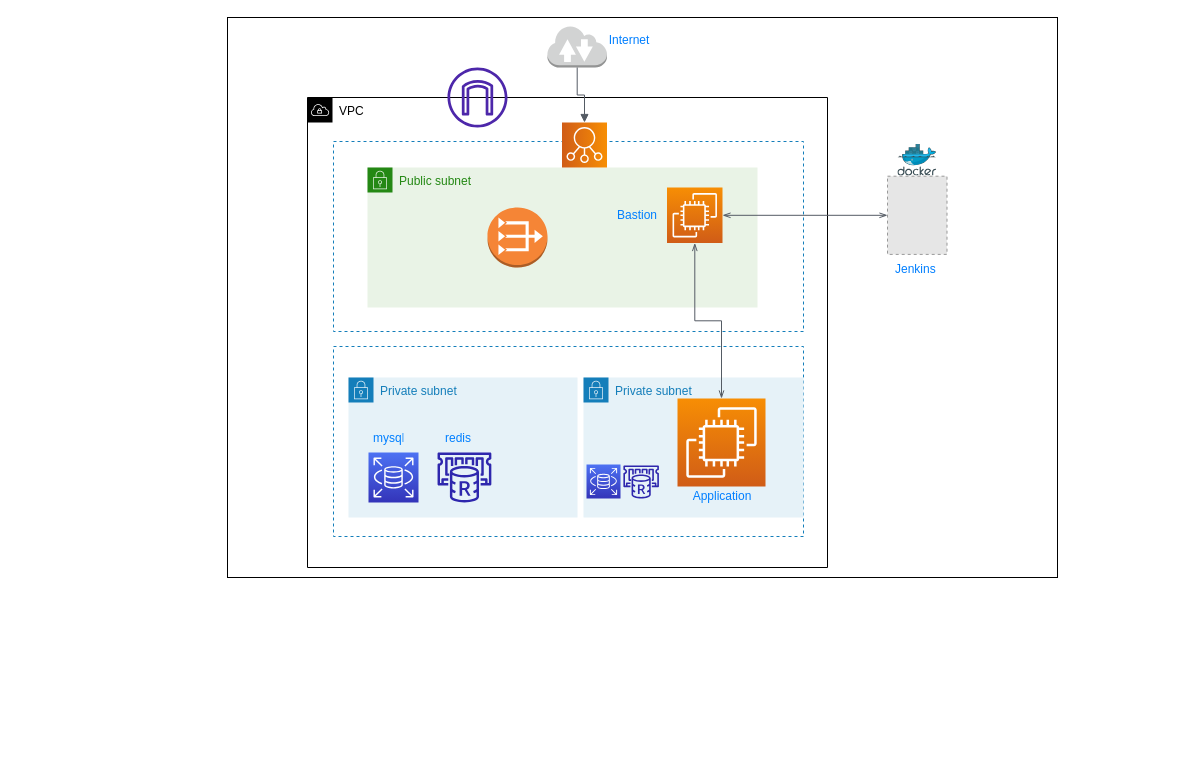
Abrar-2510/AWS-Terraform-Jenkins keeps this draw.io diagram as draw.drawio. Above is the earlier version. Source tidied: cells renumbered, new cells numbered last; positions are measured from the earlier drawing's top-left corner, leaving out a move shared by most shapes. Both pictures are drawn from the tidied source at 100%, with x=0, y=0 at pixel (227, 17). Pictures stored in the file or linked from it are replaced by grey dashed boxes.
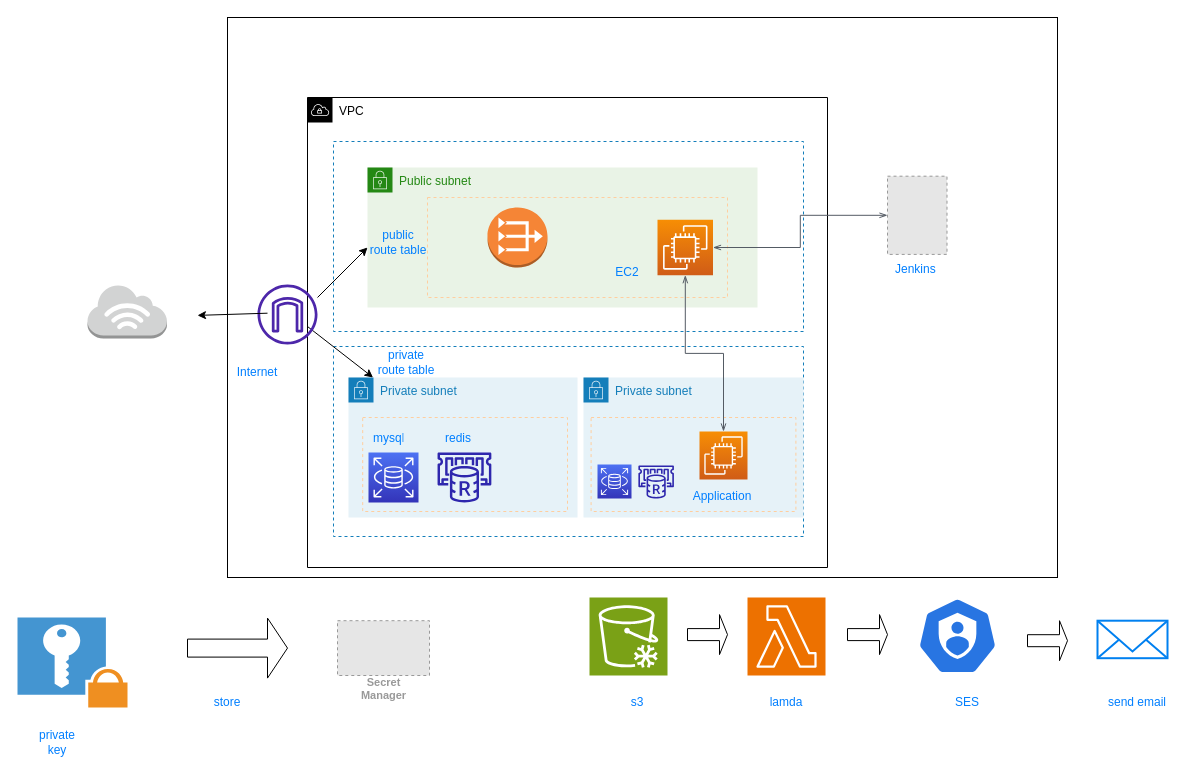
The same diagram, later.

The change refers to these unchanged cells:
```xml
<mxCell id="3" value="VPC" style="html=1;whiteSpace=wrap;fontSize=12;fontStyle=0;shape=mxgraph.aws4.group;grIcon=mxgraph.aws4.group_vpc;verticalAlign=top;align=left;spacingLeft=30;dashed=0;" parent="1" vertex="1">
  <mxGeometry x="80" y="80" width="520" height="470" as="geometry" />
</mxCell>
<mxCell id="6" value="Private subnet" style="gradientColor=none;html=1;whiteSpace=wrap;fontSize=12;fontStyle=0;shape=mxgraph.aws4.group;grIcon=mxgraph.aws4.group_security_group;grStroke=0;strokeColor=#147EBA;fillColor=#E6F2F8;verticalAlign=top;align=left;spacingLeft=30;fontColor=#147EBA;dashed=0;" parent="3" vertex="1">
  <mxGeometry x="276" y="280" width="220" height="140" as="geometry" />
</mxCell>
<mxCell id="7" value="Public subnet" style="gradientColor=none;html=1;whiteSpace=wrap;fontSize=12;fontStyle=0;shape=mxgraph.aws4.group;grIcon=mxgraph.aws4.group_security_group;grStroke=0;strokeColor=#248814;fillColor=#E9F3E6;verticalAlign=top;align=left;spacingLeft=30;fontColor=#248814;dashed=0;" parent="3" vertex="1">
  <mxGeometry x="60" y="70" width="390" height="140" as="geometry" />
</mxCell>
<mxCell id="9" value="Private subnet" style="points=[[0,0],[0.25,0],[0.5,0],[0.75,0],[1,0],[1,0.25],[1,0.5],[1,0.75],[1,1],[0.75,1],[0.5,1],[0.25,1],[0,1],[0,0.75],[0,0.5],[0,0.25]];outlineConnect=0;gradientColor=none;html=1;whiteSpace=wrap;fontSize=12;fontStyle=0;shape=mxgraph.aws4.group;grIcon=mxgraph.aws4.group_security_group;grStroke=0;strokeColor=#147EBA;fillColor=#E6F2F8;verticalAlign=top;align=left;spacingLeft=30;fontColor=#147EBA;dashed=0;" parent="3" vertex="1">
  <mxGeometry x="41" y="280" width="229" height="140" as="geometry" />
</mxCell>
<mxCell id="22" style="fillColor=#E6E6E6;strokeColor=#999999;dashed=1;verticalLabelPosition=bottom;verticalAlign=top;fontColor=#007FFF;" parent="1" vertex="1">
  <mxGeometry x="660" y="158.7" width="59.5" height="78.2" as="geometry" />
</mxCell>
```

The edit, as a diff of the source:
```diff
@@
-    <mxCell id="5" style="fillColor=none;strokeColor=#147EBA;dashed=1;verticalAlign=top;fontStyle=0;fontColor=#147EBA;" parent="3" vertex="1">
+    <mxCell id="5" style="fillColor=none;strokeColor=#147EBA;dashed=1;verticalAlign=top;fontStyle=0;fontColor=#147EBA;rounded=0;" parent="3" vertex="1">
       <mxGeometry x="26" y="249" width="470" height="190" as="geometry" />
     </mxCell>
@@
+    <mxCell id="30" style="fillColor=none;strokeColor=#FFCE9F;dashed=1;verticalAlign=top;fontStyle=0;fontColor=#147EBA;" parent="6" vertex="1">
+      <mxGeometry x="7.6" y="40" width="204.8" height="94" as="geometry" />
+    </mxCell>
+    <mxCell id="20" style="sketch=0;points=[[0,0,0],[0.25,0,0],[0.5,0,0],[0.75,0,0],[1,0,0],[0,1,0],[0.25,1,0],[0.5,1,0],[0.75,1,0],[1,1,0],[0,0.25,0],[0,0.5,0],[0,0.75,0],[1,0.25,0],[1,0.5,0],[1,0.75,0]];outlineConnect=0;fontColor=#232F3E;gradientColor=#F78E04;gradientDirection=north;fillColor=#D05C17;strokeColor=#ffffff;dashed=0;verticalLabelPosition=bottom;verticalAlign=top;align=center;html=1;fontSize=12;fontStyle=0;shape=mxgraph.aws4.resourceIcon;resIcon=mxgraph.aws4.ec2;" parent="6" vertex="1">
+      <mxGeometry x="116" y="54" width="48" height="48" as="geometry" />
+    </mxCell>
+    <mxCell id="19" style="sketch=0;fontColor=#232F3E;gradientColor=none;fillColor=#2E27AD;strokeColor=none;dashed=0;verticalLabelPosition=bottom;verticalAlign=top;align=center;html=1;fontSize=12;fontStyle=0;shape=mxgraph.aws4.elasticache_for_redis;" parent="6" vertex="1">
+      <mxGeometry x="54" y="88" width="37.3" height="33" as="geometry" />
+    </mxCell>
+    <mxCell id="18" style="sketch=0;fontColor=#232F3E;gradientColor=#4D72F3;gradientDirection=north;fillColor=#3334B9;strokeColor=#ffffff;dashed=0;verticalLabelPosition=bottom;verticalAlign=top;align=center;html=1;fontSize=12;fontStyle=0;shape=mxgraph.aws4.resourceIcon;resIcon=mxgraph.aws4.rds;" parent="6" vertex="1">
+      <mxGeometry x="14" y="87" width="34" height="34" as="geometry" />
+    </mxCell>
@@
+    <mxCell id="31" style="fillColor=none;strokeColor=#FFCE9F;dashed=1;verticalAlign=top;fontStyle=0;fontColor=#147EBA;" parent="7" vertex="1">
+      <mxGeometry x="60" y="30" width="300" height="100" as="geometry" />
+    </mxCell>
+    <mxCell id="17" value="&lt;font color=&quot;#007fff&quot;&gt;EC2&lt;/font&gt;" style="text;html=1;strokeColor=none;fillColor=none;align=center;verticalAlign=middle;whiteSpace=wrap;rounded=0;" parent="7" vertex="1">
+      <mxGeometry x="230" y="90" width="60" height="30" as="geometry" />
+    </mxCell>
+    <mxCell id="16" style="sketch=0;points=[[0,0,0],[0.25,0,0],[0.5,0,0],[0.75,0,0],[1,0,0],[0,1,0],[0.25,1,0],[0.5,1,0],[0.75,1,0],[1,1,0],[0,0.25,0],[0,0.5,0],[0,0.75,0],[1,0.25,0],[1,0.5,0],[1,0.75,0]];outlineConnect=0;fontColor=#232F3E;gradientColor=#F78E04;gradientDirection=north;fillColor=#D05C17;strokeColor=#ffffff;dashed=0;verticalLabelPosition=bottom;verticalAlign=top;align=center;html=1;fontSize=12;fontStyle=0;shape=mxgraph.aws4.resourceIcon;resIcon=mxgraph.aws4.ec2;" parent="7" vertex="1">
+      <mxGeometry x="290" y="52.2" width="55.5" height="55.5" as="geometry" />
+    </mxCell>
@@
-    <mxCell id="10" style="sketch=0;points=[[0,0,0],[0.25,0,0],[0.5,0,0],[0.75,0,0],[1,0,0],[0,1,0],[0.25,1,0],[0.5,1,0],[0.75,1,0],[1,1,0],[0,0.25,0],[0,0.5,0],[0,0.75,0],[1,0.25,0],[1,0.5,0],[1,0.75,0]];outlineConnect=0;fontColor=#232F3E;gradientColor=#F78E04;gradientDirection=north;fillColor=#D05C17;strokeColor=#ffffff;dashed=0;verticalLabelPosition=bottom;verticalAlign=top;align=center;html=1;fontSize=12;fontStyle=0;shape=mxgraph.aws4.resourceIcon;resIcon=mxgraph.aws4.elastic_load_balancing;rotation=90;" parent="3" vertex="1">
-      <mxGeometry x="254.5" y="25" width="45" height="45" as="geometry" />
-    </mxCell>
@@
-    <mxCell id="16" style="sketch=0;points=[[0,0,0],[0.25,0,0],[0.5,0,0],[0.75,0,0],[1,0,0],[0,1,0],[0.25,1,0],[0.5,1,0],[0.75,1,0],[1,1,0],[0,0.25,0],[0,0.5,0],[0,0.75,0],[1,0.25,0],[1,0.5,0],[1,0.75,0]];outlineConnect=0;fontColor=#232F3E;gradientColor=#F78E04;gradientDirection=north;fillColor=#D05C17;strokeColor=#ffffff;dashed=0;verticalLabelPosition=bottom;verticalAlign=top;align=center;html=1;fontSize=12;fontStyle=0;shape=mxgraph.aws4.resourceIcon;resIcon=mxgraph.aws4.ec2;" parent="3" vertex="1">
-      <mxGeometry x="359.5" y="90" width="55.5" height="55.5" as="geometry" />
-    </mxCell>
-    <mxCell id="17" value="&lt;font color=&quot;#007fff&quot;&gt;Bastion&lt;/font&gt;" style="text;html=1;strokeColor=none;fillColor=none;align=center;verticalAlign=middle;whiteSpace=wrap;rounded=0;" parent="3" vertex="1">
-      <mxGeometry x="299.5" y="102.8" width="60" height="30" as="geometry" />
-    </mxCell>
-    <mxCell id="18" style="sketch=0;fontColor=#232F3E;gradientColor=#4D72F3;gradientDirection=north;fillColor=#3334B9;strokeColor=#ffffff;dashed=0;verticalLabelPosition=bottom;verticalAlign=top;align=center;html=1;fontSize=12;fontStyle=0;shape=mxgraph.aws4.resourceIcon;resIcon=mxgraph.aws4.rds;" parent="1" vertex="1">
-      <mxGeometry x="359" y="447" width="34" height="34" as="geometry" />
-    </mxCell>
-    <mxCell id="19" style="sketch=0;fontColor=#232F3E;gradientColor=none;fillColor=#2E27AD;strokeColor=none;dashed=0;verticalLabelPosition=bottom;verticalAlign=top;align=center;html=1;fontSize=12;fontStyle=0;shape=mxgraph.aws4.elasticache_for_redis;" parent="1" vertex="1">
-      <mxGeometry x="395" y="448" width="37.3" height="33" as="geometry" />
-    </mxCell>
-    <mxCell id="20" style="sketch=0;points=[[0,0,0],[0.25,0,0],[0.5,0,0],[0.75,0,0],[1,0,0],[0,1,0],[0.25,1,0],[0.5,1,0],[0.75,1,0],[1,1,0],[0,0.25,0],[0,0.5,0],[0,0.75,0],[1,0.25,0],[1,0.5,0],[1,0.75,0]];outlineConnect=0;fontColor=#232F3E;gradientColor=#F78E04;gradientDirection=north;fillColor=#D05C17;strokeColor=#ffffff;dashed=0;verticalLabelPosition=bottom;verticalAlign=top;align=center;html=1;fontSize=12;fontStyle=0;shape=mxgraph.aws4.resourceIcon;resIcon=mxgraph.aws4.ec2;" parent="1" vertex="1">
-      <mxGeometry x="450" y="381" width="88" height="88" as="geometry" />
-    </mxCell>
-    <mxCell id="21" style="sketch=0;html=1;align=center;image;fontSize=12;image=img/lib/mscae/Docker.svg;fontColor=#007FFF;" parent="1" vertex="1">
-      <mxGeometry x="670.4" y="126.8" width="38.8" height="31.8" as="geometry" />
-    </mxCell>
+    <mxCell id="32" style="endArrow=classic;html=1;rounded=0;flowAnimation=1;" parent="3" edge="1">
+      <mxGeometry relative="1" as="geometry">
+        <mxPoint x="10" y="200" as="sourcePoint" />
+        <mxPoint x="60" y="150" as="targetPoint" />
+      </mxGeometry>
+    </mxCell>
+    <mxCell id="33" style="endArrow=classic;html=1;rounded=0;flowAnimation=1;" parent="3" edge="1" target="9">
+      <mxGeometry relative="1" as="geometry">
+        <mxPoint y="229" as="sourcePoint" />
+      </mxGeometry>
+    </mxCell>
+    <mxCell id="34" style="fillColor=none;strokeColor=#FFCE9F;dashed=1;verticalAlign=top;fontStyle=0;fontColor=#147EBA;" parent="3" vertex="1">
+      <mxGeometry x="55.2" y="320" width="204.8" height="94" as="geometry" />
+    </mxCell>
+    <mxCell id="24" style="edgeStyle=orthogonalEdgeStyle;html=1;endArrow=openThin;elbow=vertical;startArrow=openThin;startFill=0;endFill=0;strokeColor=#545B64;rounded=0;fontColor=#007FFF;entryX=0.5;entryY=0;entryDx=0;entryDy=0;entryPerimeter=0;flowAnimation=1;" parent="3" edge="1" source="16" target="20">
+      <mxGeometry relative="1" as="geometry" />
+    </mxCell>
+    <mxCell id="35" value="&lt;font color=&quot;#007fff&quot;&gt;public route&amp;nbsp;&lt;/font&gt;&lt;font color=&quot;#007fff&quot;&gt;table&lt;/font&gt;" style="text;html=1;strokeColor=none;fillColor=none;align=center;verticalAlign=middle;whiteSpace=wrap;rounded=0;" parent="3" vertex="1">
+      <mxGeometry x="61" y="130" width="60" height="30" as="geometry" />
+    </mxCell>
+    <mxCell id="36" value="&lt;font color=&quot;#007fff&quot;&gt;private route&amp;nbsp;&lt;/font&gt;&lt;font color=&quot;#007fff&quot;&gt;table&lt;/font&gt;" style="text;html=1;strokeColor=none;fillColor=none;align=center;verticalAlign=middle;whiteSpace=wrap;rounded=0;" parent="3" vertex="1">
+      <mxGeometry x="68.7" y="250" width="60" height="30" as="geometry" />
+    </mxCell>
@@
-    <mxCell id="23" style="edgeStyle=orthogonalEdgeStyle;html=1;endArrow=openThin;elbow=vertical;startArrow=openThin;startFill=0;endFill=0;strokeColor=#545B64;rounded=0;fontColor=#007FFF;" parent="1" edge="1" source="16" target="22">
+    <mxCell id="23" style="edgeStyle=orthogonalEdgeStyle;html=1;endArrow=openThin;elbow=vertical;startArrow=openThin;startFill=0;endFill=0;strokeColor=#545B64;rounded=0;fontColor=#007FFF;flowAnimation=1;" parent="1" edge="1" source="16" target="22">
       <mxGeometry relative="1" as="geometry" />
     </mxCell>
-    <mxCell id="24" style="edgeStyle=orthogonalEdgeStyle;html=1;endArrow=openThin;elbow=vertical;startArrow=openThin;startFill=0;endFill=0;strokeColor=#545B64;rounded=0;fontColor=#007FFF;entryX=0.5;entryY=0;entryDx=0;entryDy=0;entryPerimeter=0;" parent="1" edge="1" source="16" target="20">
-      <mxGeometry relative="1" as="geometry" />
-    </mxCell>
     <mxCell id="25" style="sketch=0;fontColor=#232F3E;gradientColor=none;fillColor=#4D27AA;strokeColor=none;dashed=0;verticalLabelPosition=bottom;verticalAlign=top;align=center;html=1;fontSize=12;fontStyle=0;shape=mxgraph.aws4.internet_gateway;" parent="1" vertex="1">
-      <mxGeometry x="220" y="50" width="60" height="60" as="geometry" />
+      <mxGeometry x="30" y="266.9" width="60" height="60" as="geometry" />
     </mxCell>
@@
-    <mxCell id="27" style="outlineConnect=0;dashed=0;verticalLabelPosition=bottom;verticalAlign=top;align=center;html=1;shape=mxgraph.aws3.internet_2;fillColor=#D2D3D3;gradientColor=none;fontColor=#007FFF;" parent="1" vertex="1">
-      <mxGeometry x="319.9" y="8" width="59.6" height="42" as="geometry" />
-    </mxCell>
-    <mxCell id="28" style="edgeStyle=orthogonalEdgeStyle;html=1;endArrow=none;elbow=vertical;startArrow=block;startFill=1;strokeColor=#545B64;rounded=0;fontColor=#007FFF;exitX=0;exitY=0.5;exitDx=0;exitDy=0;exitPerimeter=0;" parent="1" edge="1" source="10" target="27">
-      <mxGeometry relative="1" as="geometry" />
-    </mxCell>
     <mxCell id="29" value="Internet" style="text;html=1;strokeColor=none;fillColor=none;align=center;verticalAlign=middle;whiteSpace=wrap;rounded=0;fontColor=#007FFF;" parent="1" vertex="1">
-      <mxGeometry x="372.3" y="8" width="60" height="30" as="geometry" />
+      <mxGeometry y="340" width="60" height="30" as="geometry" />
     </mxCell>
+    <mxCell id="37" style="endArrow=classic;html=1;rounded=0;flowAnimation=1;" parent="1" edge="1">
+      <mxGeometry relative="1" as="geometry">
+        <mxPoint x="40" y="295.7" as="sourcePoint" />
+        <mxPoint x="-30" y="297.9" as="targetPoint" />
+      </mxGeometry>
+    </mxCell>
+    <mxCell id="38" style="sketch=0;fontColor=#232F3E;fillColor=#ED7100;strokeColor=#ffffff;dashed=0;verticalLabelPosition=bottom;verticalAlign=top;align=center;html=1;fontSize=12;fontStyle=0;shape=mxgraph.aws4.resourceIcon;resIcon=mxgraph.aws4.lambda;" parent="1" vertex="1">
+      <mxGeometry x="520" y="580" width="78" height="78" as="geometry" />
+    </mxCell>
+    <mxCell id="39" style="dashed=0;verticalLabelPosition=bottom;verticalAlign=top;align=center;html=1;shape=mxgraph.aws3.internet_3;fillColor=#D2D3D3;gradientColor=none;" parent="1" vertex="1">
+      <mxGeometry x="-140" y="267" width="79.5" height="54" as="geometry" />
+    </mxCell>
+    <mxCell id="40" style="sketch=0;fontColor=#232F3E;fillColor=#7AA116;strokeColor=#ffffff;dashed=0;verticalLabelPosition=bottom;verticalAlign=top;align=center;html=1;fontSize=12;fontStyle=0;shape=mxgraph.aws4.resourceIcon;resIcon=mxgraph.aws4.glacier;" parent="1" vertex="1">
+      <mxGeometry x="362" y="580" width="78" height="78" as="geometry" />
+    </mxCell>
+    <mxCell id="41" style="sketch=0;html=1;dashed=0;whitespace=wrap;verticalLabelPosition=bottom;verticalAlign=top;fillColor=#2875E2;strokeColor=#ffffff;shape=mxgraph.kubernetes.icon2;prIcon=sa;" parent="1" vertex="1">
+      <mxGeometry x="690" y="580" width="80" height="76.8" as="geometry" />
+    </mxCell>
+    <mxCell id="42" style="html=1;verticalLabelPosition=bottom;align=center;labelBackgroundColor=#ffffff;verticalAlign=top;strokeWidth=2;strokeColor=#0080F0;shadow=0;dashed=0;shape=mxgraph.ios7.icons.mail;" parent="1" vertex="1">
+      <mxGeometry x="870" y="603.2" width="70" height="37.5" as="geometry" />
+    </mxCell>
+    <mxCell id="43" style="shadow=0;dashed=0;html=1;strokeColor=none;fillColor=#4495D1;labelPosition=center;verticalLabelPosition=bottom;verticalAlign=top;align=center;shape=mxgraph.veeam.2d.private_key;" parent="1" vertex="1">
+      <mxGeometry x="-210" y="600" width="110" height="90" as="geometry" />
+    </mxCell>
+    <mxCell id="44" value="Secret&#10;Manager" style="fillColor=#E6E6E6;strokeColor=#999999;dashed=1;html=1;verticalAlign=top;labelPosition=center;verticalLabelPosition=bottom;align=center;spacingTop=-6;fontSize=11;fontStyle=1;fontColor=#999999;" parent="1" vertex="1">
+      <mxGeometry x="110" y="603.2" width="92" height="54.8" as="geometry" />
+    </mxCell>
+    <mxCell id="45" style="shape=singleArrow;whiteSpace=wrap;html=1;" parent="1" vertex="1">
+      <mxGeometry x="-40" y="600.6" width="100" height="60" as="geometry" />
+    </mxCell>
+    <mxCell id="46" style="shape=singleArrow;whiteSpace=wrap;html=1;" parent="1" vertex="1">
+      <mxGeometry x="460" y="597.1" width="40" height="40" as="geometry" />
+    </mxCell>
+    <mxCell id="47" style="shape=singleArrow;whiteSpace=wrap;html=1;" parent="1" vertex="1">
+      <mxGeometry x="620" y="597.1" width="40" height="40" as="geometry" />
+    </mxCell>
+    <mxCell id="48" style="shape=singleArrow;whiteSpace=wrap;html=1;" parent="1" vertex="1">
+      <mxGeometry x="800" y="603.2" width="40" height="40" as="geometry" />
+    </mxCell>
+    <mxCell id="49" value="private key" style="text;html=1;strokeColor=none;fillColor=none;align=center;verticalAlign=middle;whiteSpace=wrap;rounded=0;fontColor=#007FFF;" parent="1" vertex="1">
+      <mxGeometry x="-200" y="710" width="60" height="30" as="geometry" />
+    </mxCell>
+    <mxCell id="50" value="store" style="text;html=1;strokeColor=none;fillColor=none;align=center;verticalAlign=middle;whiteSpace=wrap;rounded=0;fontColor=#007FFF;" parent="1" vertex="1">
+      <mxGeometry x="-30" y="670" width="60" height="30" as="geometry" />
+    </mxCell>
+    <mxCell id="51" value="s3" style="text;html=1;strokeColor=none;fillColor=none;align=center;verticalAlign=middle;whiteSpace=wrap;rounded=0;fontColor=#007FFF;" parent="1" vertex="1">
+      <mxGeometry x="380" y="670" width="60" height="30" as="geometry" />
+    </mxCell>
+    <mxCell id="52" value="lamda" style="text;html=1;strokeColor=none;fillColor=none;align=center;verticalAlign=middle;whiteSpace=wrap;rounded=0;fontColor=#007FFF;" parent="1" vertex="1">
+      <mxGeometry x="529" y="670" width="60" height="30" as="geometry" />
+    </mxCell>
+    <mxCell id="53" value="SES" style="text;html=1;strokeColor=none;fillColor=none;align=center;verticalAlign=middle;whiteSpace=wrap;rounded=0;fontColor=#007FFF;" parent="1" vertex="1">
+      <mxGeometry x="710" y="670" width="60" height="30" as="geometry" />
+    </mxCell>
+    <mxCell id="54" value="send email" style="text;html=1;strokeColor=none;fillColor=none;align=center;verticalAlign=middle;whiteSpace=wrap;rounded=0;fontColor=#007FFF;" parent="1" vertex="1">
+      <mxGeometry x="870" y="670" width="80" height="30" as="geometry" />
+    </mxCell>
```
